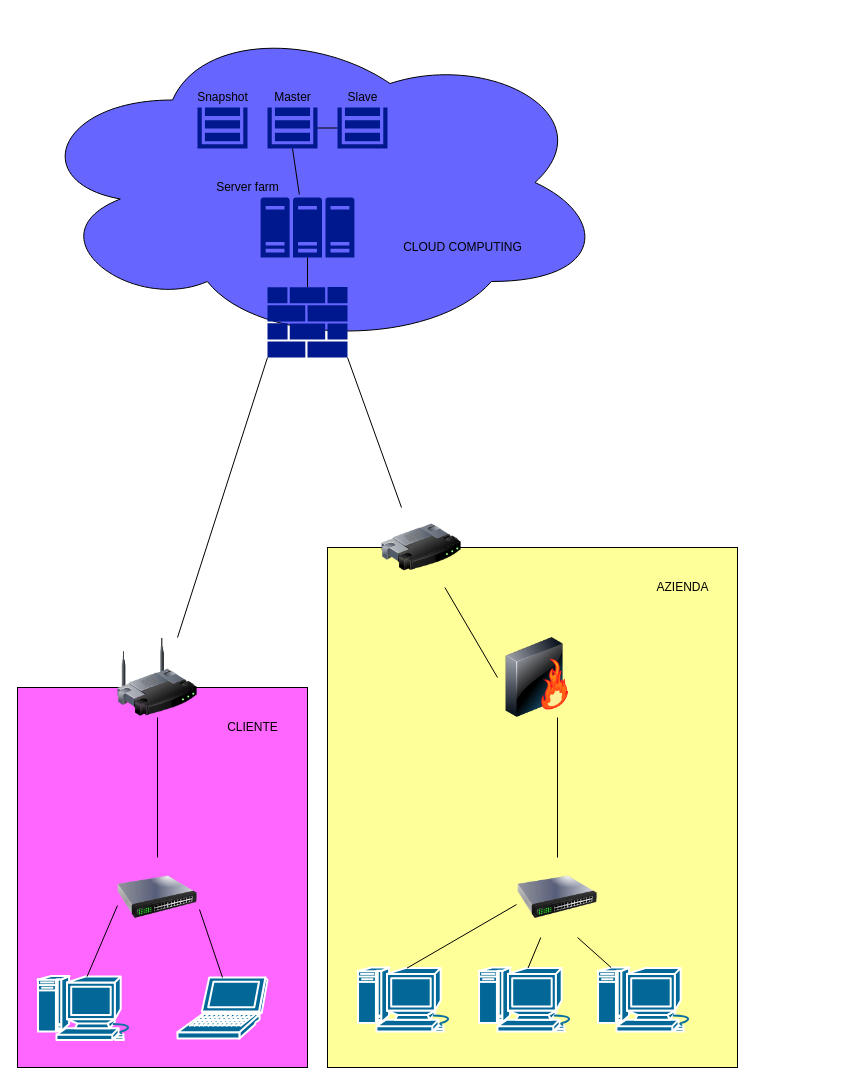
This is Untitled Diagram.drawio from ChiaraGismondi02/ArtisticMood, a draw.io file, before an edit. Source tidied: cells renumbered, new cells numbered last; positions are measured from the earlier drawing's top-left corner, leaving out a move shared by most shapes. Both pictures are drawn from the tidied source at 100%, with x=0, y=0 at pixel (17, 17).
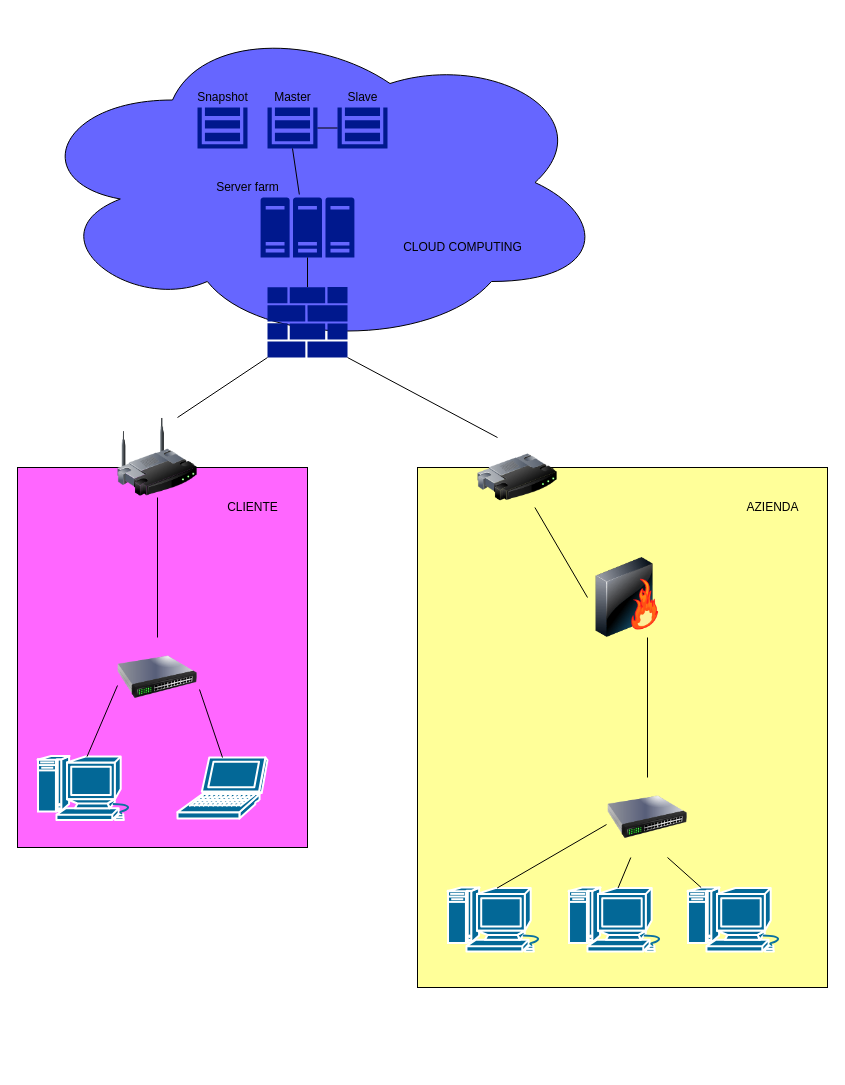
The same page after the edit.

What changed in the source:
```diff
@@
     <mxCell id="2" style="whiteSpace=wrap;html=1;fillColor=#FF66FF;" parent="1" vertex="1">
-      <mxGeometry y="670" width="290" height="380" as="geometry" />
+      <mxGeometry y="450" width="290" height="380" as="geometry" />
     </mxCell>
     <mxCell id="3" style="whiteSpace=wrap;html=1;fillColor=#FFFF99;" parent="1" vertex="1">
-      <mxGeometry x="310" y="530" width="410" height="520" as="geometry" />
+      <mxGeometry x="400" y="450" width="410" height="520" as="geometry" />
     </mxCell>
     <mxCell id="4" style="image;html=1;image=img/lib/clip_art/networking/Router_128x128.png;" parent="1" vertex="1">
-      <mxGeometry x="364" y="490" width="80" height="80" as="geometry" />
+      <mxGeometry x="460" y="420" width="80" height="80" as="geometry" />
     </mxCell>
     <mxCell id="5" style="image;html=1;image=img/lib/clip_art/networking/Switch_128x128.png;" parent="1" vertex="1">
-      <mxGeometry x="100" y="840" width="80" height="80" as="geometry" />
+      <mxGeometry x="100" y="620" width="80" height="80" as="geometry" />
     </mxCell>
     <mxCell id="6" style="image;html=1;image=img/lib/clip_art/networking/Switch_128x128.png;" parent="1" vertex="1">
-      <mxGeometry x="500" y="840" width="80" height="80" as="geometry" />
+      <mxGeometry x="590" y="760" width="80" height="80" as="geometry" />
     </mxCell>
     <mxCell id="7" style="shape=mxgraph.cisco.computers_and_peripherals.laptop;html=1;dashed=0;fillColor=#036897;strokeColor=#ffffff;strokeWidth=2;verticalLabelPosition=bottom;verticalAlign=top;align=center;outlineConnect=0;" parent="1" vertex="1">
-      <mxGeometry x="160" y="960" width="90" height="61" as="geometry" />
+      <mxGeometry x="160" y="740" width="90" height="61" as="geometry" />
     </mxCell>
     <mxCell id="8" style="shape=mxgraph.cisco.computers_and_peripherals.macintosh;html=1;dashed=0;fillColor=#036897;strokeColor=#ffffff;strokeWidth=2;verticalLabelPosition=bottom;verticalAlign=top;align=center;outlineConnect=0;" parent="1" vertex="1">
-      <mxGeometry x="20" y="958.5" width="99" height="64" as="geometry" />
+      <mxGeometry x="20" y="738.5" width="99" height="64" as="geometry" />
     </mxCell>
     <mxCell id="9" style="shape=mxgraph.cisco.computers_and_peripherals.macintosh;html=1;dashed=0;fillColor=#036897;strokeColor=#ffffff;strokeWidth=2;verticalLabelPosition=bottom;verticalAlign=top;align=center;outlineConnect=0;" parent="1" vertex="1">
-      <mxGeometry x="461" y="950" width="99" height="64" as="geometry" />
+      <mxGeometry x="551" y="870" width="99" height="64" as="geometry" />
     </mxCell>
     <mxCell id="10" style="shape=mxgraph.cisco.computers_and_peripherals.macintosh;html=1;dashed=0;fillColor=#036897;strokeColor=#ffffff;strokeWidth=2;verticalLabelPosition=bottom;verticalAlign=top;align=center;outlineConnect=0;" parent="1" vertex="1">
-      <mxGeometry x="580" y="950" width="99" height="64" as="geometry" />
+      <mxGeometry x="670" y="870" width="99" height="64" as="geometry" />
     </mxCell>
     <mxCell id="11" style="shape=mxgraph.cisco.computers_and_peripherals.macintosh;html=1;dashed=0;fillColor=#036897;strokeColor=#ffffff;strokeWidth=2;verticalLabelPosition=bottom;verticalAlign=top;align=center;outlineConnect=0;" parent="1" vertex="1">
-      <mxGeometry x="340" y="950" width="99" height="64" as="geometry" />
+      <mxGeometry x="430" y="870" width="99" height="64" as="geometry" />
     </mxCell>
     <mxCell id="12" style="image;html=1;image=img/lib/clip_art/networking/Firewall-page1_128x128.png;" parent="1" vertex="1">
-      <mxGeometry x="480" y="620" width="80" height="80" as="geometry" />
+      <mxGeometry x="570" y="540" width="80" height="80" as="geometry" />
     </mxCell>
@@
-    <mxCell id="29" style="endArrow=none;html=1;exitX=0;exitY=0.5;exitDx=0;exitDy=0;" parent="1" edge="1" source="12" target="4">
-      <mxGeometry relative="1" as="geometry" />
+    <mxCell id="29" style="endArrow=none;html=1;exitX=0;exitY=0.5;exitDx=0;exitDy=0;" parent="1" edge="1" source="12">
+      <mxGeometry relative="1" as="geometry">
+        <mxPoint x="517.4" y="490" as="targetPoint" />
+      </mxGeometry>
     </mxCell>
@@
     <mxCell id="34" style="image;html=1;image=img/lib/clip_art/networking/Wireless_Router_128x128.png;" parent="1" vertex="1">
-      <mxGeometry x="100" y="620" width="80" height="80" as="geometry" />
+      <mxGeometry x="100" y="400" width="80" height="80" as="geometry" />
     </mxCell>
@@
     <mxCell id="36" value="AZIENDA" style="text;html=1;align=center;verticalAlign=middle;fillColor=none;strokeColor=none;rounded=0;" parent="1" vertex="1">
-      <mxGeometry x="630" y="560" width="70" height="20" as="geometry" />
+      <mxGeometry x="720" y="480" width="70" height="20" as="geometry" />
     </mxCell>
     <mxCell id="37" value="CLIENTE" style="text;html=1;align=center;verticalAlign=middle;fillColor=none;strokeColor=none;rounded=0;" parent="1" vertex="1">
-      <mxGeometry x="200" y="700" width="70" height="20" as="geometry" />
+      <mxGeometry x="200" y="480" width="70" height="20" as="geometry" />
     </mxCell>
```
